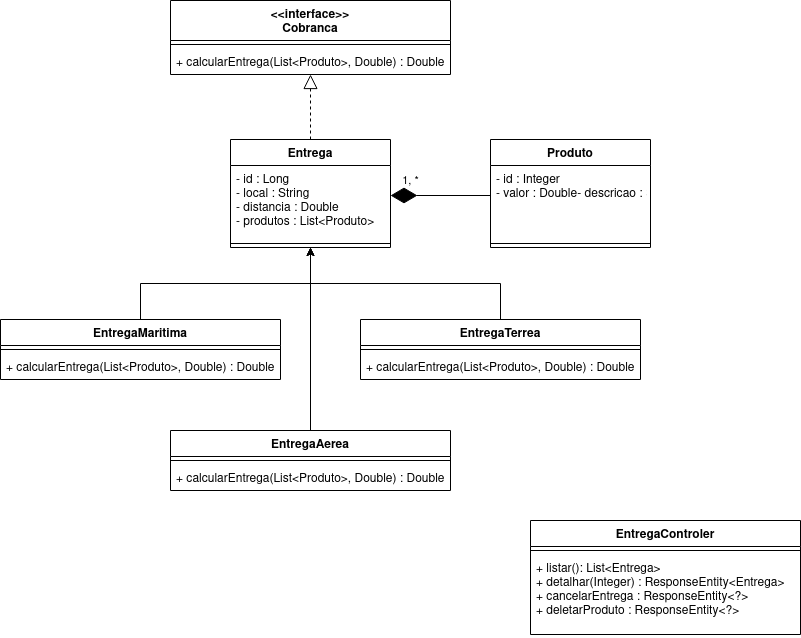
Before: doc/diagrama-de-classe.png, a diagram exported from draw.io (VMarkz/delivery-duck). Source tidied: cells renumbered, new cells last; positions are measured from the earlier drawing's top-left corner, leaving out a move shared by most shapes.
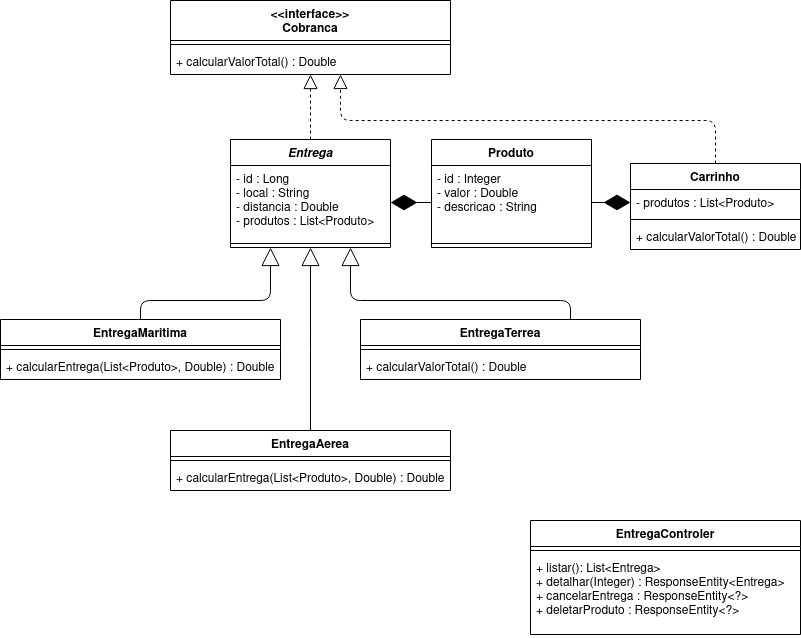
After the change.

The edit, as a diff of the source:
```diff
@@ -8,7 +8,7 @@
     <mxCell id="3" style="line;strokeWidth=1;fillColor=none;align=left;verticalAlign=middle;spacingTop=-1;spacingLeft=3;spacingRight=3;labelPosition=right;" parent="2" vertex="1">
       <mxGeometry y="40" width="280" height="8" as="geometry" />
     </mxCell>
-    <mxCell id="4" value="+ calcularEntrega(List&lt;Produto&gt;, Double) : Double" style="text;strokeColor=none;fillColor=none;align=left;verticalAlign=top;spacingLeft=4;spacingRight=4;overflow=hidden;points=[[0,0.5],[1,0.5]];portConstraint=eastwest;" parent="2" vertex="1">
+    <mxCell id="4" value="+ calcularValorTotal() : Double" style="text;strokeColor=none;fillColor=none;align=left;verticalAlign=top;spacingLeft=4;spacingRight=4;overflow=hidden;points=[[0,0.5],[1,0.5]];portConstraint=eastwest;" parent="2" vertex="1">
       <mxGeometry y="48" width="280" height="26" as="geometry" />
     </mxCell>
     <mxCell id="5" value="EntregaControler" style="swimlane;fontStyle=1;align=center;verticalAlign=top;horizontal=1;startSize=26;" parent="1" vertex="1">
@@ -20,7 +20,7 @@
     <mxCell id="7" value="+ listar(): List&lt;Entrega&gt;&#10;+ detalhar(Integer) : ResponseEntity&lt;Entrega&gt;&#10;+ cancelarEntrega : ResponseEntity&lt;?&gt;&#10;+ deletarProduto : ResponseEntity&lt;?&gt;" style="text;strokeColor=none;fillColor=none;align=left;verticalAlign=top;spacingLeft=4;spacingRight=4;overflow=hidden;" parent="5" vertex="1">
       <mxGeometry y="34" width="270" height="80" as="geometry" />
     </mxCell>
-    <mxCell id="8" value="Entrega" style="swimlane;fontStyle=1;align=center;verticalAlign=top;horizontal=1;startSize=26;" parent="1" vertex="1">
+    <mxCell id="8" value="Entrega" style="swimlane;fontStyle=3;align=center;verticalAlign=top;horizontal=1;startSize=26;" parent="1" vertex="1">
       <mxGeometry x="230" y="139" width="160" height="108" as="geometry" />
     </mxCell>
     <mxCell id="9" value="- id : Long&#10;- local : String&#10;- distancia : Double&#10;- produtos : List&lt;Produto&gt;&#10;" style="text;strokeColor=none;fillColor=none;align=left;verticalAlign=top;spacingLeft=4;spacingRight=4;overflow=hidden;points=[[0,0.5],[1,0.5]];portConstraint=eastwest;" parent="8" vertex="1">
@@ -30,23 +30,14 @@
       <mxGeometry y="100" width="160" height="8" as="geometry" />
     </mxCell>
     <mxCell id="11" value="Produto" style="swimlane;fontStyle=1;align=center;verticalAlign=top;horizontal=1;startSize=26;" parent="1" vertex="1">
-      <mxGeometry x="490" y="139" width="160" height="108" as="geometry" />
+      <mxGeometry x="431" y="139" width="160" height="108" as="geometry" />
     </mxCell>
-    <mxCell id="12" value="- id : Integer&#10;- valor : Double- descricao : String&#10;" style="text;strokeColor=none;fillColor=none;align=left;verticalAlign=top;spacingLeft=4;spacingRight=4;overflow=hidden;points=[[0,0.5],[1,0.5]];portConstraint=eastwest;" parent="11" vertex="1">
+    <mxCell id="12" value="- id : Integer&#10;- valor : Double&#10;- descricao : String" style="text;strokeColor=none;fillColor=none;align=left;verticalAlign=top;spacingLeft=4;spacingRight=4;overflow=hidden;points=[[0,0.5],[1,0.5]];portConstraint=eastwest;" parent="11" vertex="1">
       <mxGeometry y="26" width="160" height="74" as="geometry" />
     </mxCell>
     <mxCell id="13" style="line;strokeWidth=1;fillColor=none;align=left;verticalAlign=middle;spacingTop=-1;spacingLeft=3;spacingRight=3;labelPosition=right;" parent="11" vertex="1">
       <mxGeometry y="100" width="160" height="8" as="geometry" />
     </mxCell>
-    <mxCell id="14" value="1, *" style="endArrow=diamondThin;endFill=1;endSize=24;html=1;exitX=0;exitY=0.5;exitDx=0;exitDy=0;entryX=1;entryY=0.5;entryDx=0;entryDy=0;" parent="1" edge="1">
-      <mxGeometry x="0.6" y="-15" relative="1" as="geometry">
-        <mxPoint x="490" y="195" as="sourcePoint" />
-        <mxPoint x="390" y="195" as="targetPoint" />
-      </mxGeometry>
-    </mxCell>
-    <mxCell id="15" style="edgeStyle=orthogonalEdgeStyle;rounded=0;jettySize=auto;html=1;exitX=0.5;exitY=0;exitDx=0;exitDy=0;entryX=0.5;entryY=1;entryDx=0;entryDy=0;" parent="1" edge="1" source="16" target="8">
-      <mxGeometry relative="1" as="geometry" />
-    </mxCell>
     <mxCell id="16" value="EntregaMaritima" style="swimlane;fontStyle=1;align=center;verticalAlign=top;horizontal=1;startSize=26;" parent="1" vertex="1">
       <mxGeometry y="319" width="280" height="60" as="geometry" />
     </mxCell>
@@ -56,21 +47,15 @@
     <mxCell id="18" value="+ calcularEntrega(List&lt;Produto&gt;, Double) : Double" style="text;strokeColor=none;fillColor=none;align=left;verticalAlign=top;spacingLeft=4;spacingRight=4;overflow=hidden;" parent="16" vertex="1">
       <mxGeometry y="34" width="280" height="26" as="geometry" />
     </mxCell>
-    <mxCell id="19" style="edgeStyle=orthogonalEdgeStyle;rounded=0;jettySize=auto;html=1;exitX=0.5;exitY=0;exitDx=0;exitDy=0;entryX=0.5;entryY=1;entryDx=0;entryDy=0;" parent="1" edge="1" source="20" target="8">
-      <mxGeometry relative="1" as="geometry" />
-    </mxCell>
     <mxCell id="20" value="EntregaTerrea" style="swimlane;fontStyle=1;align=center;verticalAlign=top;horizontal=1;startSize=26;" parent="1" vertex="1">
       <mxGeometry x="360" y="319" width="280" height="60" as="geometry" />
     </mxCell>
     <mxCell id="21" style="line;strokeWidth=1;fillColor=none;align=left;verticalAlign=middle;spacingTop=-1;spacingLeft=3;spacingRight=3;labelPosition=right;" parent="20" vertex="1">
       <mxGeometry y="26" width="280" height="8" as="geometry" />
     </mxCell>
-    <mxCell id="22" value="+ calcularEntrega(List&lt;Produto&gt;, Double) : Double" style="text;strokeColor=none;fillColor=none;align=left;verticalAlign=top;spacingLeft=4;spacingRight=4;overflow=hidden;" parent="20" vertex="1">
+    <mxCell id="22" value="+ calcularValorTotal() : Double" style="text;strokeColor=none;fillColor=none;align=left;verticalAlign=top;spacingLeft=4;spacingRight=4;overflow=hidden;" parent="20" vertex="1">
       <mxGeometry y="34" width="280" height="26" as="geometry" />
     </mxCell>
-    <mxCell id="23" style="edgeStyle=orthogonalEdgeStyle;rounded=0;jettySize=auto;html=1;exitX=0.5;exitY=0;exitDx=0;exitDy=0;entryX=0.5;entryY=1;entryDx=0;entryDy=0;" parent="1" edge="1" source="24" target="8">
-      <mxGeometry relative="1" as="geometry" />
-    </mxCell>
     <mxCell id="24" value="EntregaAerea" style="swimlane;fontStyle=1;align=center;verticalAlign=top;horizontal=1;startSize=26;" parent="1" vertex="1">
       <mxGeometry x="170" y="430" width="280" height="60" as="geometry" />
     </mxCell>
@@ -83,5 +68,57 @@
     <mxCell id="27" style="endArrow=block;dashed=1;endFill=0;endSize=12;html=1;entryX=0.5;entryY=1;entryDx=0;entryDy=0;exitX=0.5;exitY=0;exitDx=0;exitDy=0;" parent="1" edge="1" source="8" target="2">
       <mxGeometry relative="1" as="geometry" />
     </mxCell>
+    <mxCell id="28" style="endArrow=block;dashed=1;endFill=0;endSize=12;html=1;exitX=0.5;exitY=0;exitDx=0;exitDy=0;entryX=0.607;entryY=1;entryDx=0;entryDy=0;entryPerimeter=0;" parent="1" edge="1" source="29" target="4">
+      <mxGeometry relative="1" as="geometry">
+        <Array as="points">
+          <mxPoint x="715" y="120" />
+          <mxPoint x="340" y="120" />
+        </Array>
+      </mxGeometry>
+    </mxCell>
+    <mxCell id="15" style="endArrow=block;endSize=16;endFill=0;html=1;exitX=0.5;exitY=0;exitDx=0;exitDy=0;entryX=0.25;entryY=1;entryDx=0;entryDy=0;" parent="1" edge="1" source="16" target="8">
+      <mxGeometry x="-0.7" y="226" relative="1" as="geometry">
+        <Array as="points">
+          <mxPoint x="140" y="300" />
+          <mxPoint x="270" y="300" />
+        </Array>
+        <mxPoint x="-1" as="offset" />
+      </mxGeometry>
+    </mxCell>
+    <mxCell id="19" style="endArrow=block;endSize=16;endFill=0;html=1;exitX=0.75;exitY=0;exitDx=0;exitDy=0;entryX=0.75;entryY=1;entryDx=0;entryDy=0;" parent="1" edge="1" source="20" target="8">
+      <mxGeometry x="-0.7" y="226" relative="1" as="geometry">
+        <Array as="points">
+          <mxPoint x="570" y="300" />
+          <mxPoint x="350" y="300" />
+        </Array>
+        <mxPoint x="-1" as="offset" />
+      </mxGeometry>
+    </mxCell>
+    <mxCell id="23" style="endArrow=block;endSize=16;endFill=0;html=1;exitX=0.5;exitY=0;exitDx=0;exitDy=0;entryX=0.5;entryY=1;entryDx=0;entryDy=0;" parent="1" edge="1" source="24" target="8">
+      <mxGeometry x="-0.7" y="226" relative="1" as="geometry">
+        <Array as="points">
+          <mxPoint x="310" y="340" />
+        </Array>
+        <mxPoint x="-1" as="offset" />
+      </mxGeometry>
+    </mxCell>
+    <mxCell id="29" value="Carrinho" style="swimlane;fontStyle=1;align=center;verticalAlign=top;horizontal=1;startSize=26;" parent="1" vertex="1">
+      <mxGeometry x="630" y="163" width="170" height="86" as="geometry" />
+    </mxCell>
+    <mxCell id="30" value="- produtos : List&lt;Produto&gt;" style="text;strokeColor=none;fillColor=none;align=left;verticalAlign=top;spacingLeft=4;spacingRight=4;overflow=hidden;points=[[0,0.5],[1,0.5]];portConstraint=eastwest;" parent="29" vertex="1">
+      <mxGeometry y="26" width="170" height="26" as="geometry" />
+    </mxCell>
+    <mxCell id="31" style="line;strokeWidth=1;fillColor=none;align=left;verticalAlign=middle;spacingTop=-1;spacingLeft=3;spacingRight=3;labelPosition=right;" parent="29" vertex="1">
+      <mxGeometry y="52" width="170" height="8" as="geometry" />
+    </mxCell>
+    <mxCell id="32" value="+ calcularValorTotal() : Double" style="text;strokeColor=none;fillColor=none;align=left;verticalAlign=top;spacingLeft=4;spacingRight=4;overflow=hidden;" parent="29" vertex="1">
+      <mxGeometry y="60" width="170" height="26" as="geometry" />
+    </mxCell>
+    <mxCell id="33" style="endArrow=diamondThin;endFill=1;endSize=24;html=1;entryX=0;entryY=0.5;entryDx=0;entryDy=0;exitX=1;exitY=0.5;exitDx=0;exitDy=0;" parent="1" edge="1" source="12" target="30">
+      <mxGeometry relative="1" as="geometry" />
+    </mxCell>
+    <mxCell id="34" style="endArrow=diamondThin;endFill=1;endSize=24;html=1;entryX=1;entryY=0.5;entryDx=0;entryDy=0;exitX=0;exitY=0.5;exitDx=0;exitDy=0;" parent="1" edge="1" source="12" target="9">
+      <mxGeometry relative="1" as="geometry" />
+    </mxCell>
   </root>
 </mxGraphModel>
```
